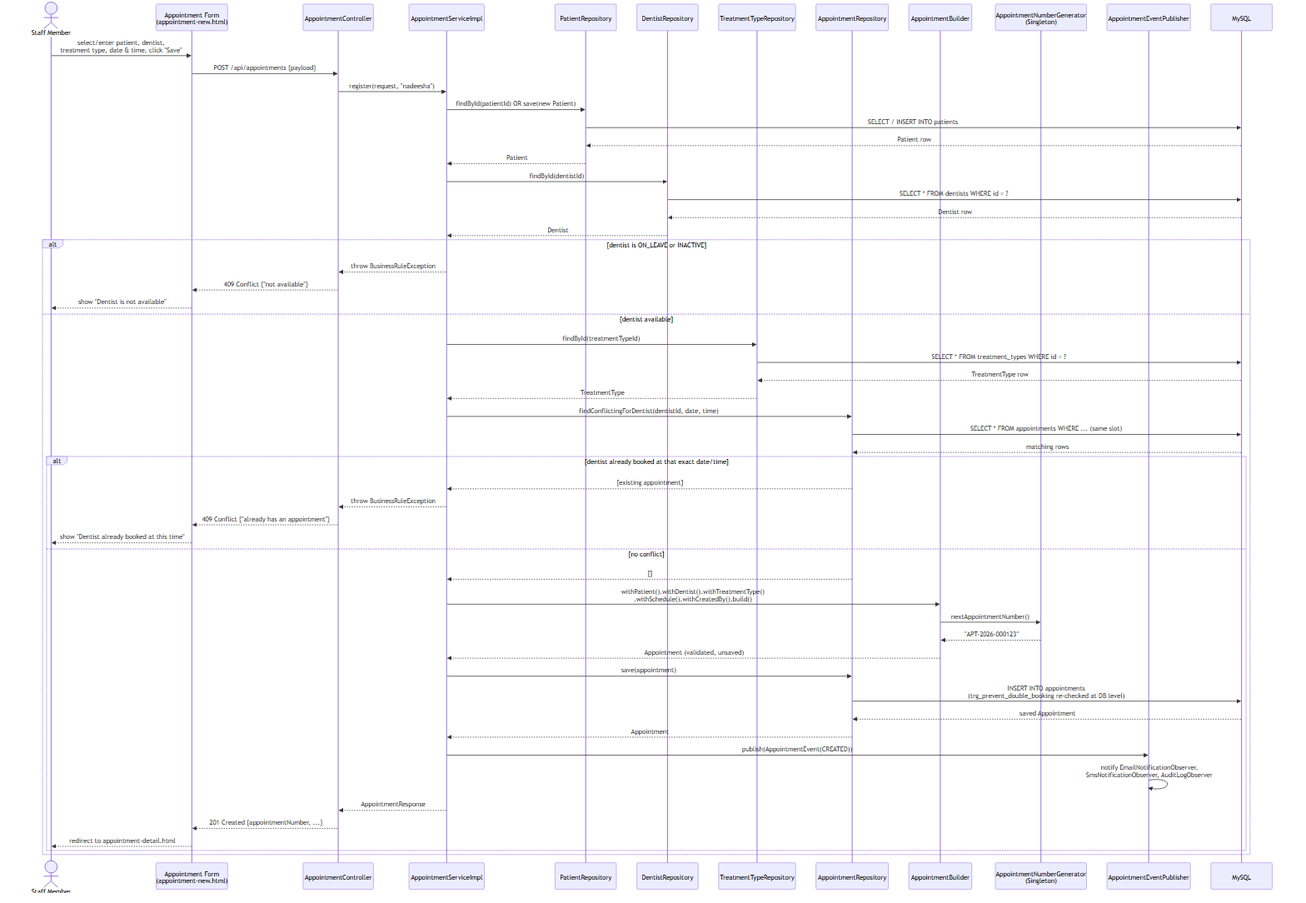
The Mermaid diagram diagrams/sequence-02-register-appointment.png in TharusanK23/sunrise-dental-clinic, before a commit. Its source is kept beside it as diagrams/sequence-02-register-appointment.mmd.
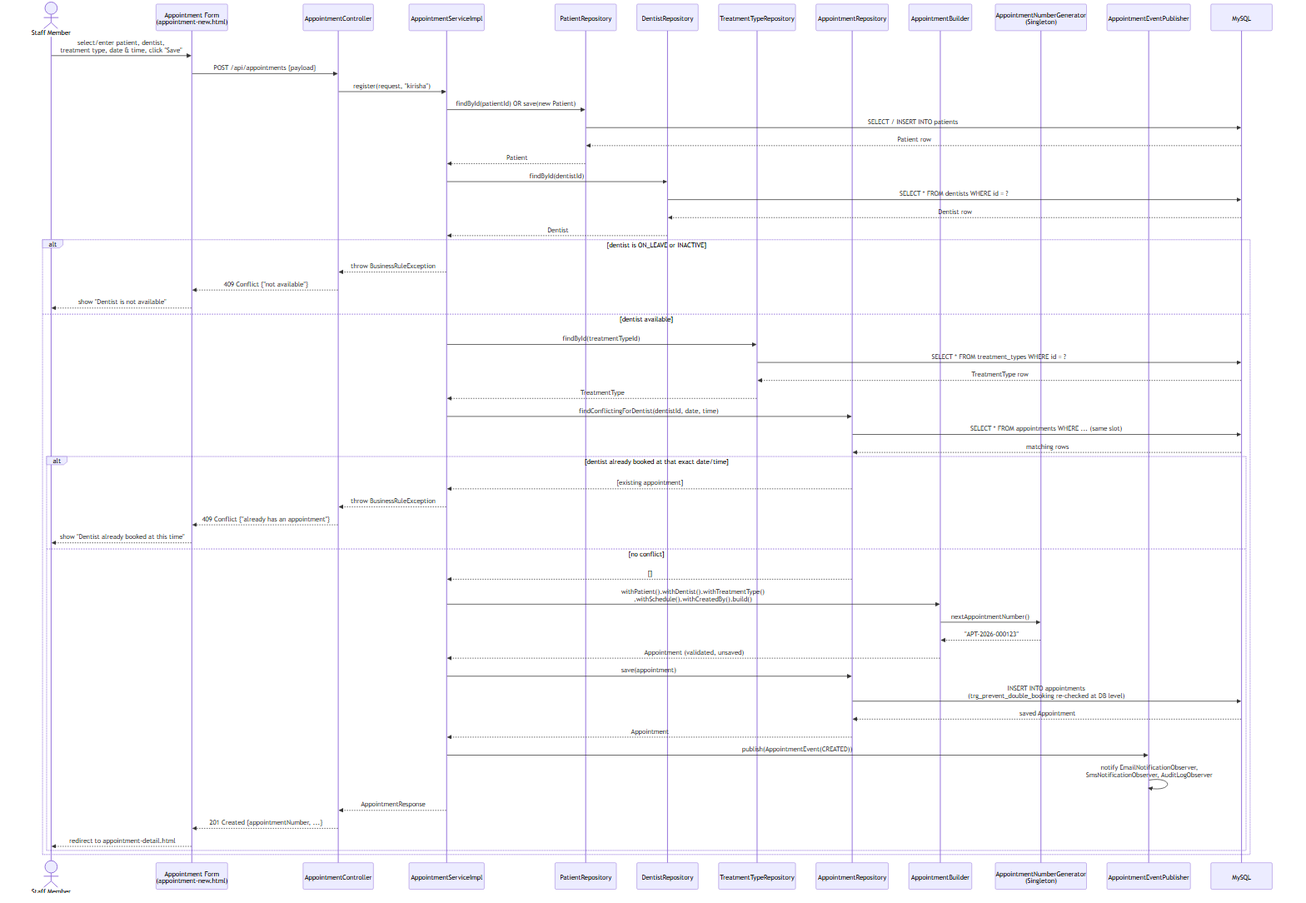
After the commit.

Change to the diagram source:
```diff
@@ -14,7 +14,7 @@
 
     Staff->>UI: select/enter patient, dentist,<br/>treatment type, date & time, click "Save"
     UI->>Ctrl: POST /api/appointments {payload}
-    Ctrl->>Svc: register(request, "nadeesha")
+    Ctrl->>Svc: register(request, "kirisha")
 
     Svc->>PatRepo: findById(patientId) OR save(new Patient)
     PatRepo->>DB: SELECT / INSERT INTO patients
```
